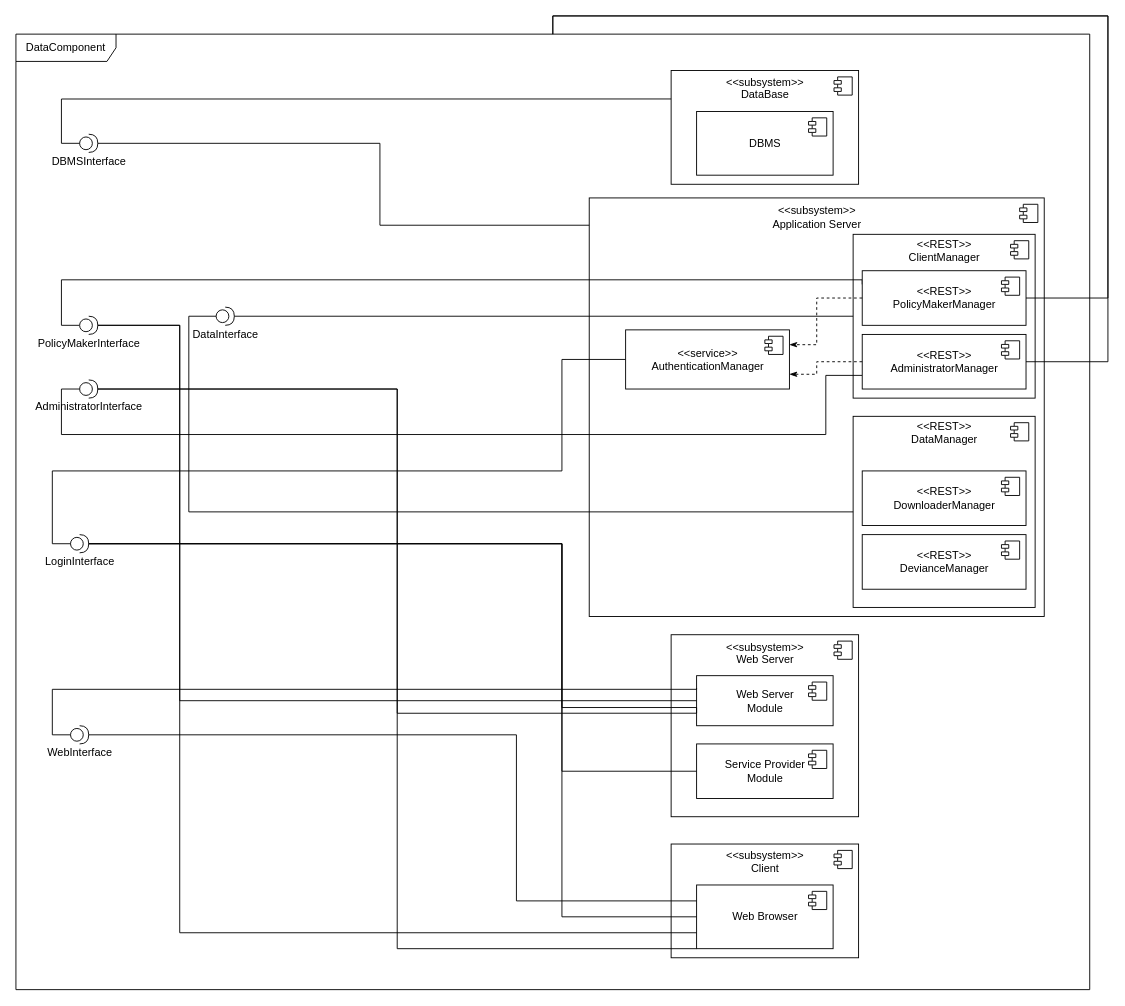
The draw.io diagram page "DataComponent" (2 of 2) of DD Diagrams/ComponentDiagram.drawio in matteovisotto/SE2-CecchettoSirianiVisotto, before the edit. Source tidied: cells renumbered, new cells numbered last; positions are measured from the earlier drawing's top-left corner, leaving out a move shared by most shapes. Both pictures are drawn from the tidied source at 91%, with x=0, y=0 at pixel (15, 34).
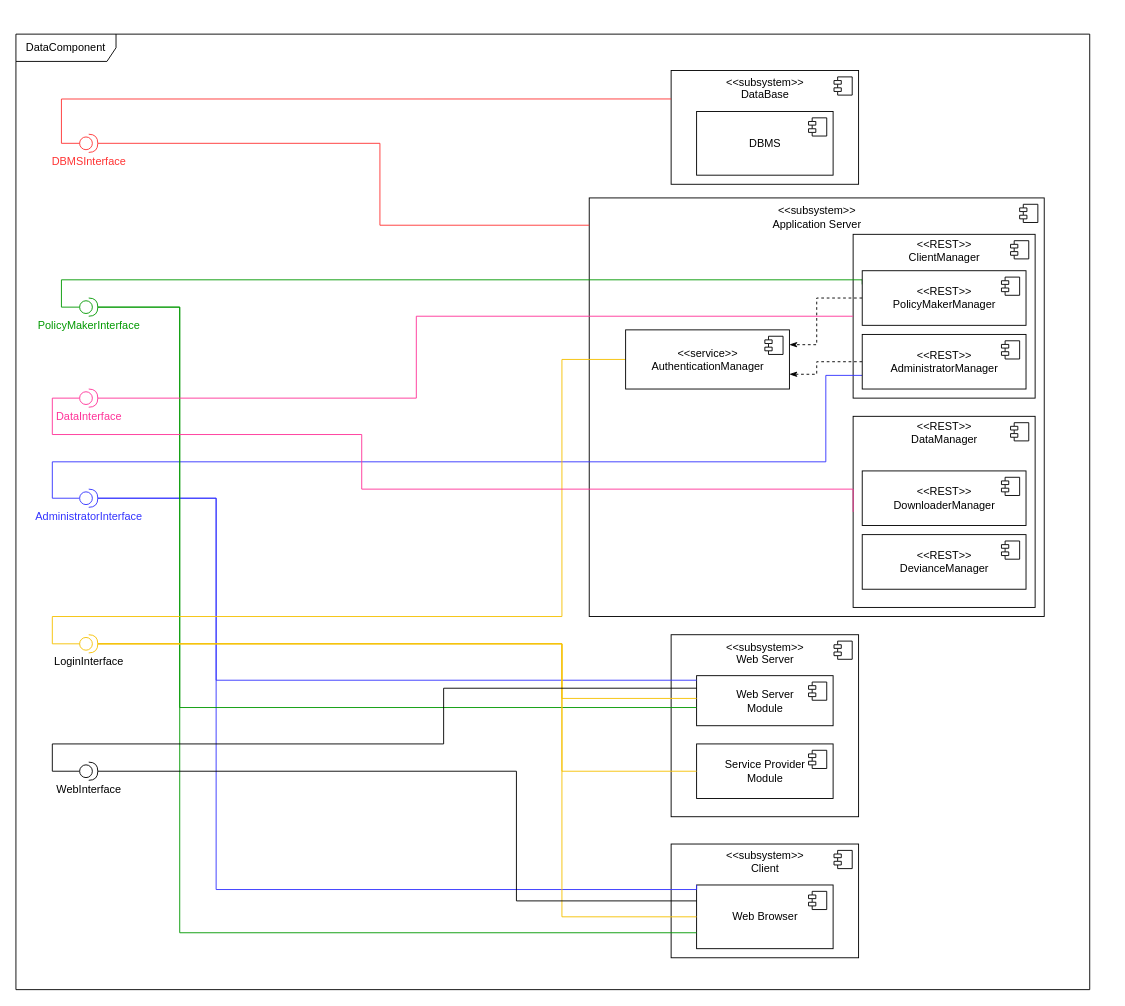
After the change.

Unchanged cells that the change refers to:
```xml
<mxCell id="2" value="DataComponent" style="shape=umlFrame;whiteSpace=wrap;html=1;width=110;height=30;" parent="1" vertex="1">
  <mxGeometry width="1180" height="1050" as="geometry" />
</mxCell>
<mxCell id="6" value="Web Browser" style="html=1;" parent="3" vertex="1">
  <mxGeometry x="28" y="45" width="150" height="70" as="geometry" />
</mxCell>
<mxCell id="8" value="&amp;lt;&amp;lt;subsystem&amp;gt;&amp;gt;&lt;br&gt;Application Server&lt;br&gt;&lt;br&gt;&lt;br&gt;&lt;br&gt;&lt;br&gt;&lt;br&gt;&lt;br&gt;&lt;br&gt;&lt;br&gt;&lt;br&gt;&lt;br&gt;&lt;br&gt;&lt;br&gt;&lt;br&gt;&lt;br&gt;&lt;br&gt;&lt;br&gt;&lt;br&gt;&lt;br&gt;&lt;br&gt;&lt;br&gt;&lt;br&gt;&lt;br&gt;&lt;br&gt;&lt;br&gt;&lt;br&gt;&lt;br&gt;&lt;br&gt;&lt;br&gt;&lt;br&gt;" style="html=1;" parent="1" vertex="1">
  <mxGeometry x="630" y="180" width="500" height="460" as="geometry" />
</mxCell>
<mxCell id="10" value="&amp;lt;&amp;lt;REST&amp;gt;&amp;gt;&lt;br&gt;ClientManager&lt;br&gt;&lt;br&gt;&lt;br&gt;&lt;br&gt;&lt;br&gt;&lt;br&gt;&lt;br&gt;&lt;br&gt;&lt;br&gt;&lt;br&gt;&lt;br&gt;" style="html=1;" parent="1" vertex="1">
  <mxGeometry x="920" y="220" width="200" height="180" as="geometry" />
</mxCell>
<mxCell id="15" value="Web Server &lt;br&gt;Module" style="html=1;" parent="12" vertex="1">
  <mxGeometry x="28" y="45" width="150" height="55" as="geometry" />
</mxCell>
<mxCell id="17" value="Service Provider &lt;br&gt;Module" style="html=1;" parent="12" vertex="1">
  <mxGeometry x="28" y="120" width="150" height="60" as="geometry" />
</mxCell>
<mxCell id="22" value="&amp;lt;&amp;lt;subsystem&amp;gt;&amp;gt;&lt;br&gt;DataBase&lt;br&gt;&lt;br&gt;&lt;br&gt;&lt;br&gt;&lt;br&gt;&lt;br&gt;&lt;br&gt;" style="html=1;" parent="21" vertex="1">
  <mxGeometry width="206" height="125" as="geometry" />
</mxCell>
<mxCell id="44" value="&amp;lt;&amp;lt;REST&amp;gt;&amp;gt;&lt;br&gt;PolicyMakerManager" style="html=1;" parent="1" vertex="1">
  <mxGeometry x="930" y="260" width="180" height="60" as="geometry" />
</mxCell>
<mxCell id="47" value="&amp;lt;&amp;lt;REST&amp;gt;&amp;gt;&lt;br&gt;AdministratorManager" style="html=1;" parent="1" vertex="1">
  <mxGeometry x="930" y="330" width="180" height="60" as="geometry" />
</mxCell>
<mxCell id="49" value="&amp;lt;&amp;lt;REST&amp;gt;&amp;gt;&lt;br&gt;DataManager&lt;br&gt;&lt;br&gt;&lt;br&gt;&lt;br&gt;&lt;br&gt;&lt;br&gt;&lt;br&gt;&lt;br&gt;&lt;br&gt;&lt;br&gt;&lt;br&gt;&lt;br&gt;&lt;br&gt;" style="html=1;" parent="1" vertex="1">
  <mxGeometry x="920" y="420" width="200" height="210" as="geometry" />
</mxCell>
<mxCell id="52" value="&amp;lt;&amp;lt;service&amp;gt;&amp;gt;&lt;br&gt;AuthenticationManager" style="html=1;" parent="1" vertex="1">
  <mxGeometry x="670" y="325" width="180" height="65" as="geometry" />
</mxCell>
```

Diff of the diagram source:
```diff
@@
-    <mxCell id="19" style="edgeStyle=orthogonalEdgeStyle;rounded=0;jettySize=auto;html=1;exitX=1;exitY=0.5;exitDx=0;exitDy=0;exitPerimeter=0;endArrow=none;endFill=0;" parent="1" edge="1" source="20" target="8">
+    <mxCell id="19" style="edgeStyle=orthogonalEdgeStyle;rounded=0;jettySize=auto;html=1;exitX=1;exitY=0.5;exitDx=0;exitDy=0;exitPerimeter=0;endArrow=none;endFill=0;strokeColor=#FF3333;" parent="1" edge="1" source="20" target="8">
       <mxGeometry relative="1" as="geometry">
         <Array as="points">
           <mxPoint x="400" y="120" />
           <mxPoint x="400" y="210" />
         </Array>
       </mxGeometry>
     </mxCell>
-    <mxCell id="20" value="DBMSInterface" style="shape=providedRequiredInterface;html=1;verticalLabelPosition=bottom;sketch=0;" parent="1" vertex="1">
+    <mxCell id="20" value="&lt;font color=&quot;#ff3333&quot;&gt;DBMSInterface&lt;/font&gt;" style="shape=providedRequiredInterface;html=1;verticalLabelPosition=bottom;sketch=0;strokeColor=#FF3333;" parent="1" vertex="1">
       <mxGeometry x="70" y="110" width="20" height="20" as="geometry" />
     </mxCell>
@@
-    <mxCell id="26" style="edgeStyle=orthogonalEdgeStyle;rounded=0;jettySize=auto;html=1;entryX=0;entryY=0.5;entryDx=0;entryDy=0;endArrow=none;endFill=0;" parent="1" edge="1" source="2" target="47">
-      <mxGeometry relative="1" as="geometry" />
-    </mxCell>
-    <mxCell id="27" style="edgeStyle=orthogonalEdgeStyle;rounded=0;jettySize=auto;html=1;exitX=0;exitY=0.5;exitDx=0;exitDy=0;exitPerimeter=0;entryX=0;entryY=0.75;entryDx=0;entryDy=0;endArrow=none;endFill=0;" parent="1" edge="1" source="30" target="47">
+    <mxCell id="27" style="edgeStyle=orthogonalEdgeStyle;rounded=0;jettySize=auto;html=1;exitX=0;exitY=0.5;exitDx=0;exitDy=0;exitPerimeter=0;entryX=0;entryY=0.75;entryDx=0;entryDy=0;endArrow=none;endFill=0;strokeColor=#3333FF;" parent="1" edge="1" source="30" target="47">
       <mxGeometry relative="1" as="geometry">
         <Array as="points">
-          <mxPoint x="50" y="390" />
-          <mxPoint x="50" y="440" />
-          <mxPoint x="890" y="440" />
+          <mxPoint x="40" y="510" />
+          <mxPoint x="40" y="470" />
+          <mxPoint x="890" y="470" />
           <mxPoint x="890" y="375" />
         </Array>
       </mxGeometry>
     </mxCell>
-    <mxCell id="28" style="edgeStyle=orthogonalEdgeStyle;rounded=0;jettySize=auto;html=1;exitX=1;exitY=0.5;exitDx=0;exitDy=0;exitPerimeter=0;entryX=0;entryY=0.75;entryDx=0;entryDy=0;endArrow=none;endFill=0;" parent="1" edge="1" source="30" target="15">
-      <mxGeometry relative="1" as="geometry" />
+    <mxCell id="28" style="edgeStyle=orthogonalEdgeStyle;rounded=0;jettySize=auto;html=1;exitX=1;exitY=0.5;exitDx=0;exitDy=0;exitPerimeter=0;endArrow=none;endFill=0;strokeColor=#3333FF;" parent="1" edge="1" source="30">
+      <mxGeometry relative="1" as="geometry">
+        <mxPoint x="748" y="710" as="targetPoint" />
+        <Array as="points">
+          <mxPoint x="220" y="510" />
+          <mxPoint x="220" y="710" />
+        </Array>
+      </mxGeometry>
     </mxCell>
-    <mxCell id="29" style="edgeStyle=orthogonalEdgeStyle;rounded=0;jettySize=auto;html=1;exitX=1;exitY=0.5;exitDx=0;exitDy=0;exitPerimeter=0;entryX=0;entryY=1;entryDx=0;entryDy=0;endArrow=none;endFill=0;" parent="1" edge="1" source="30" target="6">
+    <mxCell id="29" style="edgeStyle=orthogonalEdgeStyle;rounded=0;jettySize=auto;html=1;exitX=1;exitY=0.5;exitDx=0;exitDy=0;exitPerimeter=0;entryX=0;entryY=0;entryDx=0;entryDy=0;endArrow=none;endFill=0;strokeColor=#3333FF;" parent="1" edge="1" source="30" target="6">
       <mxGeometry relative="1" as="geometry">
         <Array as="points">
-          <mxPoint x="419" y="390" />
-          <mxPoint x="419" y="1005" />
+          <mxPoint x="220" y="510" />
+          <mxPoint x="220" y="940" />
+          <mxPoint x="748" y="940" />
         </Array>
       </mxGeometry>
     </mxCell>
-    <mxCell id="30" value="AdministratorInterface" style="shape=providedRequiredInterface;html=1;verticalLabelPosition=bottom;sketch=0;" parent="1" vertex="1">
-      <mxGeometry x="70" y="380" width="20" height="20" as="geometry" />
+    <mxCell id="30" value="&lt;font color=&quot;#3333ff&quot;&gt;AdministratorInterface&lt;/font&gt;" style="shape=providedRequiredInterface;html=1;verticalLabelPosition=bottom;sketch=0;strokeColor=#3333FF;" parent="1" vertex="1">
+      <mxGeometry x="70" y="500" width="20" height="20" as="geometry" />
     </mxCell>
-    <mxCell id="31" style="edgeStyle=orthogonalEdgeStyle;rounded=0;jettySize=auto;html=1;entryX=0;entryY=0.5;entryDx=0;entryDy=0;endArrow=none;endFill=0;" parent="1" edge="1" source="2" target="44">
-      <mxGeometry relative="1" as="geometry" />
-    </mxCell>
-    <mxCell id="32" style="edgeStyle=orthogonalEdgeStyle;rounded=0;jettySize=auto;html=1;exitX=0;exitY=0.5;exitDx=0;exitDy=0;exitPerimeter=0;entryX=0;entryY=0.25;entryDx=0;entryDy=0;endArrow=none;endFill=0;" parent="1" edge="1" source="35" target="44">
+    <mxCell id="32" style="edgeStyle=orthogonalEdgeStyle;rounded=0;jettySize=auto;html=1;exitX=0;exitY=0.5;exitDx=0;exitDy=0;exitPerimeter=0;entryX=0;entryY=0.25;entryDx=0;entryDy=0;endArrow=none;endFill=0;strokeColor=#009900;" parent="1" edge="1" source="35" target="44">
       <mxGeometry relative="1" as="geometry">
         <Array as="points">
-          <mxPoint x="50" y="320" />
+          <mxPoint x="50" y="300" />
           <mxPoint x="50" y="270" />
           <mxPoint x="930" y="270" />
         </Array>
       </mxGeometry>
     </mxCell>
-    <mxCell id="33" style="edgeStyle=orthogonalEdgeStyle;rounded=0;jettySize=auto;html=1;exitX=1;exitY=0.5;exitDx=0;exitDy=0;exitPerimeter=0;entryX=0;entryY=0.5;entryDx=0;entryDy=0;endArrow=none;endFill=0;" parent="1" edge="1" source="35" target="15">
+    <mxCell id="33" style="edgeStyle=orthogonalEdgeStyle;rounded=0;jettySize=auto;html=1;exitX=1;exitY=0.5;exitDx=0;exitDy=0;exitPerimeter=0;endArrow=none;endFill=0;strokeColor=#009900;" parent="1" edge="1" source="35">
       <mxGeometry relative="1" as="geometry">
+        <mxPoint x="748" y="740" as="targetPoint" />
         <Array as="points">
-          <mxPoint x="180" y="320" />
-          <mxPoint x="180" y="732" />
+          <mxPoint x="180" y="300" />
+          <mxPoint x="180" y="740" />
+          <mxPoint x="748" y="740" />
         </Array>
       </mxGeometry>
     </mxCell>
-    <mxCell id="34" style="edgeStyle=orthogonalEdgeStyle;rounded=0;jettySize=auto;html=1;exitX=1;exitY=0.5;exitDx=0;exitDy=0;exitPerimeter=0;entryX=0;entryY=0.75;entryDx=0;entryDy=0;endArrow=none;endFill=0;" parent="1" edge="1" source="35" target="6">
+    <mxCell id="34" style="edgeStyle=orthogonalEdgeStyle;rounded=0;jettySize=auto;html=1;exitX=1;exitY=0.5;exitDx=0;exitDy=0;exitPerimeter=0;entryX=0;entryY=0.75;entryDx=0;entryDy=0;endArrow=none;endFill=0;strokeColor=#009900;" parent="1" edge="1" source="35" target="6">
       <mxGeometry relative="1" as="geometry">
         <Array as="points">
-          <mxPoint x="180" y="320" />
+          <mxPoint x="180" y="300" />
           <mxPoint x="180" y="988" />
-          <mxPoint x="748" y="988" />
         </Array>
       </mxGeometry>
     </mxCell>
-    <mxCell id="35" value="PolicyMakerInterface" style="shape=providedRequiredInterface;html=1;verticalLabelPosition=bottom;sketch=0;" parent="1" vertex="1">
-      <mxGeometry x="70" y="310" width="20" height="20" as="geometry" />
+    <mxCell id="35" value="&lt;font color=&quot;#009900&quot;&gt;PolicyMakerInterface&lt;/font&gt;" style="shape=providedRequiredInterface;html=1;verticalLabelPosition=bottom;sketch=0;strokeColor=#009900;" parent="1" vertex="1">
+      <mxGeometry x="70" y="290" width="20" height="20" as="geometry" />
     </mxCell>
-    <mxCell id="36" style="edgeStyle=orthogonalEdgeStyle;rounded=0;jettySize=auto;html=1;exitX=1;exitY=0.5;exitDx=0;exitDy=0;exitPerimeter=0;entryX=0;entryY=0.75;entryDx=0;entryDy=0;endArrow=none;endFill=0;" parent="1" edge="1" source="39" target="15">
+    <mxCell id="36" style="edgeStyle=orthogonalEdgeStyle;rounded=0;jettySize=auto;html=1;exitX=1;exitY=0.5;exitDx=0;exitDy=0;exitPerimeter=0;endArrow=none;endFill=0;strokeColor=#F5C000;" parent="1" edge="1" source="39">
       <mxGeometry relative="1" as="geometry">
+        <mxPoint x="748" y="730" as="targetPoint" />
         <Array as="points">
-          <mxPoint x="600" y="560" />
-          <mxPoint x="600" y="740" />
-          <mxPoint x="748" y="740" />
+          <mxPoint x="600" y="670" />
+          <mxPoint x="600" y="730" />
+          <mxPoint x="748" y="730" />
         </Array>
       </mxGeometry>
     </mxCell>
-    <mxCell id="37" style="edgeStyle=orthogonalEdgeStyle;rounded=0;jettySize=auto;html=1;exitX=1;exitY=0.5;exitDx=0;exitDy=0;exitPerimeter=0;entryX=0;entryY=0.5;entryDx=0;entryDy=0;endArrow=none;endFill=0;" parent="1" edge="1" source="39" target="17">
+    <mxCell id="37" style="edgeStyle=orthogonalEdgeStyle;rounded=0;jettySize=auto;html=1;exitX=1;exitY=0.5;exitDx=0;exitDy=0;exitPerimeter=0;entryX=0;entryY=0.5;entryDx=0;entryDy=0;endArrow=none;endFill=0;strokeColor=#F5C000;" parent="1" edge="1" source="39" target="17">
       <mxGeometry relative="1" as="geometry">
         <Array as="points">
-          <mxPoint x="600" y="560" />
+          <mxPoint x="600" y="670" />
           <mxPoint x="600" y="810" />
         </Array>
       </mxGeometry>
     </mxCell>
-    <mxCell id="38" style="edgeStyle=orthogonalEdgeStyle;rounded=0;jettySize=auto;html=1;exitX=1;exitY=0.5;exitDx=0;exitDy=0;exitPerimeter=0;entryX=0;entryY=0.5;entryDx=0;entryDy=0;endArrow=none;endFill=0;" parent="1" edge="1" source="39" target="6">
+    <mxCell id="38" style="edgeStyle=orthogonalEdgeStyle;rounded=0;jettySize=auto;html=1;exitX=1;exitY=0.5;exitDx=0;exitDy=0;exitPerimeter=0;entryX=0;entryY=0.5;entryDx=0;entryDy=0;endArrow=none;endFill=0;strokeColor=#F5C000;" parent="1" edge="1" source="39" target="6">
       <mxGeometry relative="1" as="geometry">
         <Array as="points">
-          <mxPoint x="600" y="560" />
+          <mxPoint x="600" y="670" />
           <mxPoint x="600" y="970" />
         </Array>
       </mxGeometry>
     </mxCell>
-    <mxCell id="39" value="LoginInterface" style="shape=providedRequiredInterface;html=1;verticalLabelPosition=bottom;sketch=0;" parent="1" vertex="1">
-      <mxGeometry x="60" y="550" width="20" height="20" as="geometry" />
+    <mxCell id="39" value="LoginInterface" style="shape=providedRequiredInterface;html=1;verticalLabelPosition=bottom;sketch=0;strokeColor=#F5C000;" parent="1" vertex="1">
+      <mxGeometry x="70" y="660" width="20" height="20" as="geometry" />
     </mxCell>
     <mxCell id="40" style="edgeStyle=orthogonalEdgeStyle;rounded=0;jettySize=auto;html=1;exitX=0;exitY=0.5;exitDx=0;exitDy=0;exitPerimeter=0;entryX=0;entryY=0.25;entryDx=0;entryDy=0;endArrow=none;endFill=0;" parent="1" edge="1" source="42" target="15">
       <mxGeometry relative="1" as="geometry">
         <Array as="points">
-          <mxPoint x="40" y="770" />
-          <mxPoint x="40" y="720" />
-          <mxPoint x="748" y="720" />
+          <mxPoint x="40" y="810" />
+          <mxPoint x="40" y="780" />
+          <mxPoint x="470" y="780" />
+          <mxPoint x="470" y="719" />
         </Array>
       </mxGeometry>
     </mxCell>
     <mxCell id="41" style="edgeStyle=orthogonalEdgeStyle;rounded=0;jettySize=auto;html=1;exitX=1;exitY=0.5;exitDx=0;exitDy=0;exitPerimeter=0;entryX=0;entryY=0.25;entryDx=0;entryDy=0;endArrow=none;endFill=0;" parent="1" edge="1" source="42" target="6">
       <mxGeometry relative="1" as="geometry">
         <Array as="points">
-          <mxPoint x="80" y="770" />
-          <mxPoint x="550" y="770" />
-          <mxPoint x="550" y="952" />
+          <mxPoint x="550" y="810" />
+          <mxPoint x="550" y="953" />
         </Array>
       </mxGeometry>
     </mxCell>
     <mxCell id="42" value="WebInterface" style="shape=providedRequiredInterface;html=1;verticalLabelPosition=bottom;sketch=0;" parent="1" vertex="1">
-      <mxGeometry x="60" y="760" width="20" height="20" as="geometry" />
+      <mxGeometry x="70" y="800" width="20" height="20" as="geometry" />
     </mxCell>
@@
-    <mxCell id="51" style="edgeStyle=orthogonalEdgeStyle;rounded=0;jettySize=auto;html=1;exitX=0;exitY=0.5;exitDx=0;exitDy=0;entryX=0;entryY=0.5;entryDx=0;entryDy=0;entryPerimeter=0;endArrow=none;endFill=0;" parent="1" edge="1" source="52" target="39">
+    <mxCell id="51" style="edgeStyle=orthogonalEdgeStyle;rounded=0;jettySize=auto;html=1;exitX=0;exitY=0.5;exitDx=0;exitDy=0;entryX=0;entryY=0.5;entryDx=0;entryDy=0;entryPerimeter=0;endArrow=none;endFill=0;strokeColor=#F5C000;" parent="1" edge="1" source="52" target="39">
       <mxGeometry relative="1" as="geometry">
         <Array as="points">
           <mxPoint x="600" y="358" />
-          <mxPoint x="600" y="480" />
-          <mxPoint x="40" y="480" />
-          <mxPoint x="40" y="560" />
+          <mxPoint x="600" y="640" />
+          <mxPoint x="40" y="640" />
+          <mxPoint x="40" y="670" />
         </Array>
       </mxGeometry>
     </mxCell>
@@
-    <mxCell id="58" style="edgeStyle=orthogonalEdgeStyle;rounded=0;jettySize=auto;html=1;exitX=0;exitY=0.25;exitDx=0;exitDy=0;entryX=0;entryY=0.5;entryDx=0;entryDy=0;entryPerimeter=0;endArrow=none;endFill=0;" parent="1" edge="1" source="22" target="20">
+    <mxCell id="58" style="edgeStyle=orthogonalEdgeStyle;rounded=0;jettySize=auto;html=1;exitX=0;exitY=0.25;exitDx=0;exitDy=0;entryX=0;entryY=0.5;entryDx=0;entryDy=0;entryPerimeter=0;endArrow=none;endFill=0;strokeColor=#FF3333;" parent="1" edge="1" source="22" target="20">
       <mxGeometry relative="1" as="geometry" />
     </mxCell>
-    <mxCell id="59" style="edgeStyle=orthogonalEdgeStyle;rounded=0;jettySize=auto;html=1;exitX=0;exitY=0.5;exitDx=0;exitDy=0;exitPerimeter=0;entryX=0;entryY=0.5;entryDx=0;entryDy=0;endArrow=none;endFill=0;" parent="1" edge="1" source="61" target="49">
+    <mxCell id="59" style="edgeStyle=orthogonalEdgeStyle;rounded=0;jettySize=auto;html=1;exitX=0;exitY=0.5;exitDx=0;exitDy=0;exitPerimeter=0;entryX=0;entryY=0.5;entryDx=0;entryDy=0;endArrow=none;endFill=0;strokeColor=#FF3399;" parent="1" edge="1" source="61" target="49">
       <mxGeometry relative="1" as="geometry">
         <Array as="points">
-          <mxPoint x="190" y="310" />
-          <mxPoint x="190" y="525" />
+          <mxPoint x="40" y="400" />
+          <mxPoint x="40" y="440" />
+          <mxPoint x="380" y="440" />
+          <mxPoint x="380" y="500" />
+          <mxPoint x="920" y="500" />
         </Array>
       </mxGeometry>
     </mxCell>
-    <mxCell id="60" style="edgeStyle=orthogonalEdgeStyle;rounded=0;jettySize=auto;html=1;exitX=1;exitY=0.5;exitDx=0;exitDy=0;exitPerimeter=0;entryX=0;entryY=0.5;entryDx=0;entryDy=0;endArrow=none;endFill=0;" parent="1" edge="1" source="61" target="10">
-      <mxGeometry relative="1" as="geometry" />
+    <mxCell id="60" style="edgeStyle=orthogonalEdgeStyle;rounded=0;jettySize=auto;html=1;exitX=1;exitY=0.5;exitDx=0;exitDy=0;exitPerimeter=0;entryX=0;entryY=0.5;entryDx=0;entryDy=0;endArrow=none;endFill=0;strokeColor=#FF3399;" parent="1" edge="1" source="61" target="10">
+      <mxGeometry relative="1" as="geometry">
+        <Array as="points">
+          <mxPoint x="440" y="400" />
+          <mxPoint x="440" y="310" />
+        </Array>
+      </mxGeometry>
     </mxCell>
-    <mxCell id="61" value="DataInterface" style="shape=providedRequiredInterface;html=1;verticalLabelPosition=bottom;sketch=0;" parent="1" vertex="1">
-      <mxGeometry x="220" y="300" width="20" height="20" as="geometry" />
+    <mxCell id="61" value="&lt;font color=&quot;#ff3399&quot;&gt;DataInterface&lt;/font&gt;" style="shape=providedRequiredInterface;html=1;verticalLabelPosition=bottom;sketch=0;strokeColor=#FF3399;" parent="1" vertex="1">
+      <mxGeometry x="70" y="390" width="20" height="20" as="geometry" />
     </mxCell>
```
